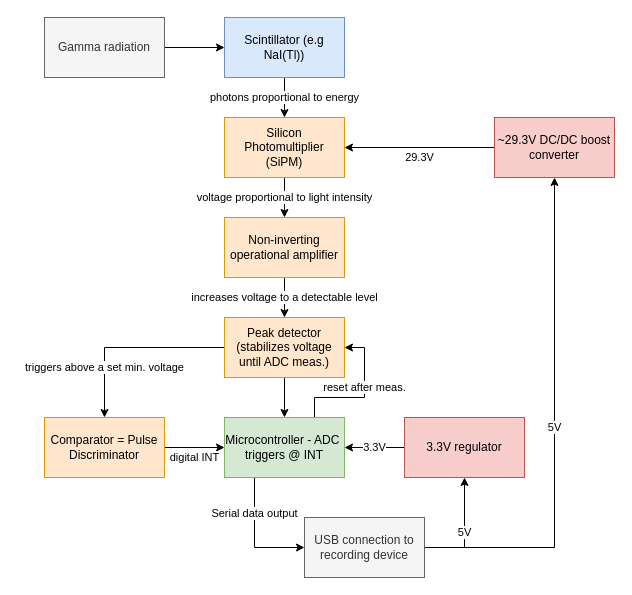
Before: docs/flow.drawio in OpenGammaProject/Open-Gamma-Detector, a draw.io diagram. Source tidied: cells renumbered, new cells numbered last; positions are measured from the earlier drawing's top-left corner, leaving out a move shared by most shapes. Both pictures are drawn from the tidied source at 100%, with x=0, y=0 at pixel (44, 17).
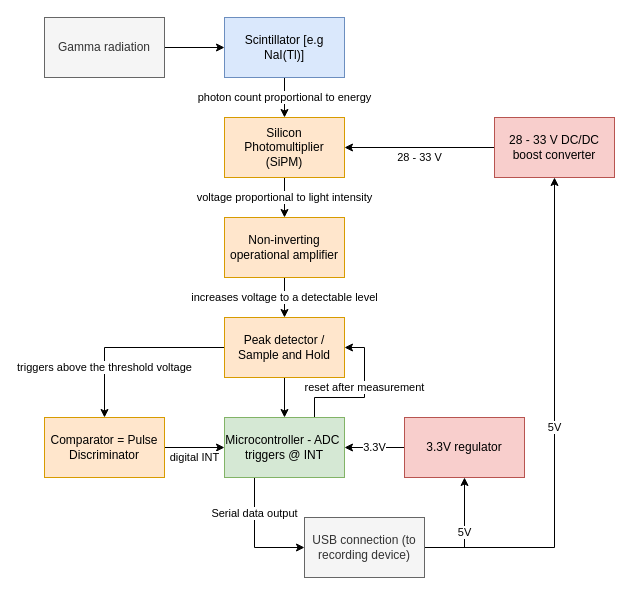
The same page after the edit.

Commit message (it also covers changes not shown here):
update flow chart

The change refers to these unchanged cells:
```xml
<mxCell id="4" value="Microcontroller - ADC&amp;nbsp; triggers @ INT" style="rounded=0;whiteSpace=wrap;html=1;fillColor=#d5e8d4;strokeColor=#82b366;" parent="1" vertex="1">
  <mxGeometry x="180" y="400" width="120" height="60" as="geometry" />
</mxCell>
<mxCell id="6" value="Silicon Photomultiplier (SiPM)" style="rounded=0;whiteSpace=wrap;html=1;fillColor=#ffe6cc;strokeColor=#d79b00;" parent="1" vertex="1">
  <mxGeometry x="180" y="100" width="120" height="60" as="geometry" />
</mxCell>
<mxCell id="24" value="Comparator = Pulse Discriminator" style="rounded=0;whiteSpace=wrap;html=1;fillColor=#ffe6cc;strokeColor=#d79b00;" parent="1" vertex="1">
  <mxGeometry y="400" width="120" height="60" as="geometry" />
</mxCell>
```

The edit, as a diff of the source:
```diff
@@
-    <mxCell id="3" value="reset after meas." style="edgeStyle=orthogonalEdgeStyle;rounded=0;jettySize=auto;html=1;exitX=0.75;exitY=0;exitDx=0;exitDy=0;entryX=1;entryY=0.5;entryDx=0;entryDy=0;" parent="1" edge="1" source="4" target="22">
+    <mxCell id="3" value="reset after measurement" style="edgeStyle=orthogonalEdgeStyle;rounded=0;jettySize=auto;html=1;exitX=0.75;exitY=0;exitDx=0;exitDy=0;entryX=1;entryY=0.5;entryDx=0;entryDy=0;" parent="1" edge="1" source="4" target="22">
       <mxGeometry x="0.14" relative="1" as="geometry" />
     </mxCell>
@@
-    <mxCell id="7" value="&lt;div&gt;photons proportional to energy&lt;br&gt;&lt;/div&gt;" style="edgeStyle=orthogonalEdgeStyle;rounded=0;jettySize=auto;html=1;" parent="1" edge="1" source="8" target="6">
+    <mxCell id="7" value="&lt;div&gt;photon count proportional to energy&lt;br&gt;&lt;/div&gt;" style="edgeStyle=orthogonalEdgeStyle;rounded=0;jettySize=auto;html=1;" parent="1" edge="1" source="8" target="6">
       <mxGeometry relative="1" as="geometry" />
     </mxCell>
-    <mxCell id="8" value="Scintillator (e.g NaI(Tl))" style="rounded=0;whiteSpace=wrap;html=1;fillColor=#dae8fc;strokeColor=#6c8ebf;" parent="1" vertex="1">
+    <mxCell id="8" value="Scintillator [e.g NaI(Tl)]" style="rounded=0;whiteSpace=wrap;html=1;fillColor=#dae8fc;strokeColor=#6c8ebf;" parent="1" vertex="1">
       <mxGeometry x="180" width="120" height="60" as="geometry" />
     </mxCell>
@@
-    <mxCell id="11" value="29.3V" style="edgeStyle=orthogonalEdgeStyle;rounded=0;jettySize=auto;html=1;" parent="1" edge="1" source="12" target="6">
+    <mxCell id="11" value="&lt;div&gt;28 - 33 V&lt;/div&gt;" style="edgeStyle=orthogonalEdgeStyle;rounded=0;jettySize=auto;html=1;" parent="1" edge="1" source="12" target="6">
       <mxGeometry y="10" relative="1" as="geometry" />
     </mxCell>
-    <mxCell id="12" value="&lt;div&gt;~29.3V DC/DC boost converter&lt;/div&gt;" style="rounded=0;whiteSpace=wrap;html=1;fillColor=#f8cecc;strokeColor=#b85450;" parent="1" vertex="1">
+    <mxCell id="12" value="&lt;div&gt;28 - 33 V DC/DC boost converter&lt;/div&gt;" style="rounded=0;whiteSpace=wrap;html=1;fillColor=#f8cecc;strokeColor=#b85450;" parent="1" vertex="1">
       <mxGeometry x="450" y="100" width="120" height="60" as="geometry" />
     </mxCell>
@@
-    <mxCell id="15" value="&lt;div&gt;USB connection to recording device&lt;/div&gt;" style="rounded=0;whiteSpace=wrap;html=1;fillColor=#f5f5f5;fontColor=#333333;strokeColor=#666666;" parent="1" vertex="1">
+    <mxCell id="15" value="&lt;div&gt;USB connection (to recording device)&lt;/div&gt;" style="rounded=0;whiteSpace=wrap;html=1;fillColor=#f5f5f5;fontColor=#333333;strokeColor=#666666;" parent="1" vertex="1">
       <mxGeometry x="260" y="500" width="120" height="60" as="geometry" />
     </mxCell>
@@
-    <mxCell id="21" value="triggers above a set min. voltage" style="edgeStyle=orthogonalEdgeStyle;rounded=0;jettySize=auto;html=1;exitX=0;exitY=0.5;exitDx=0;exitDy=0;entryX=0.5;entryY=0;entryDx=0;entryDy=0;" parent="1" edge="1" source="22" target="24">
+    <mxCell id="21" value="&lt;div&gt;triggers above the threshold voltage&lt;/div&gt;" style="edgeStyle=orthogonalEdgeStyle;rounded=0;jettySize=auto;html=1;exitX=0;exitY=0.5;exitDx=0;exitDy=0;entryX=0.5;entryY=0;entryDx=0;entryDy=0;" parent="1" edge="1" source="22" target="24">
       <mxGeometry x="0.47" relative="1" as="geometry" />
     </mxCell>
-    <mxCell id="22" value="Peak detector (stabilizes voltage until ADC meas.)" style="rounded=0;whiteSpace=wrap;html=1;fillColor=#ffe6cc;strokeColor=#d79b00;" parent="1" vertex="1">
+    <mxCell id="22" value="Peak detector / Sample and Hold" style="rounded=0;whiteSpace=wrap;html=1;fillColor=#ffe6cc;strokeColor=#d79b00;" parent="1" vertex="1">
       <mxGeometry x="180" y="300" width="120" height="60" as="geometry" />
     </mxCell>
```
